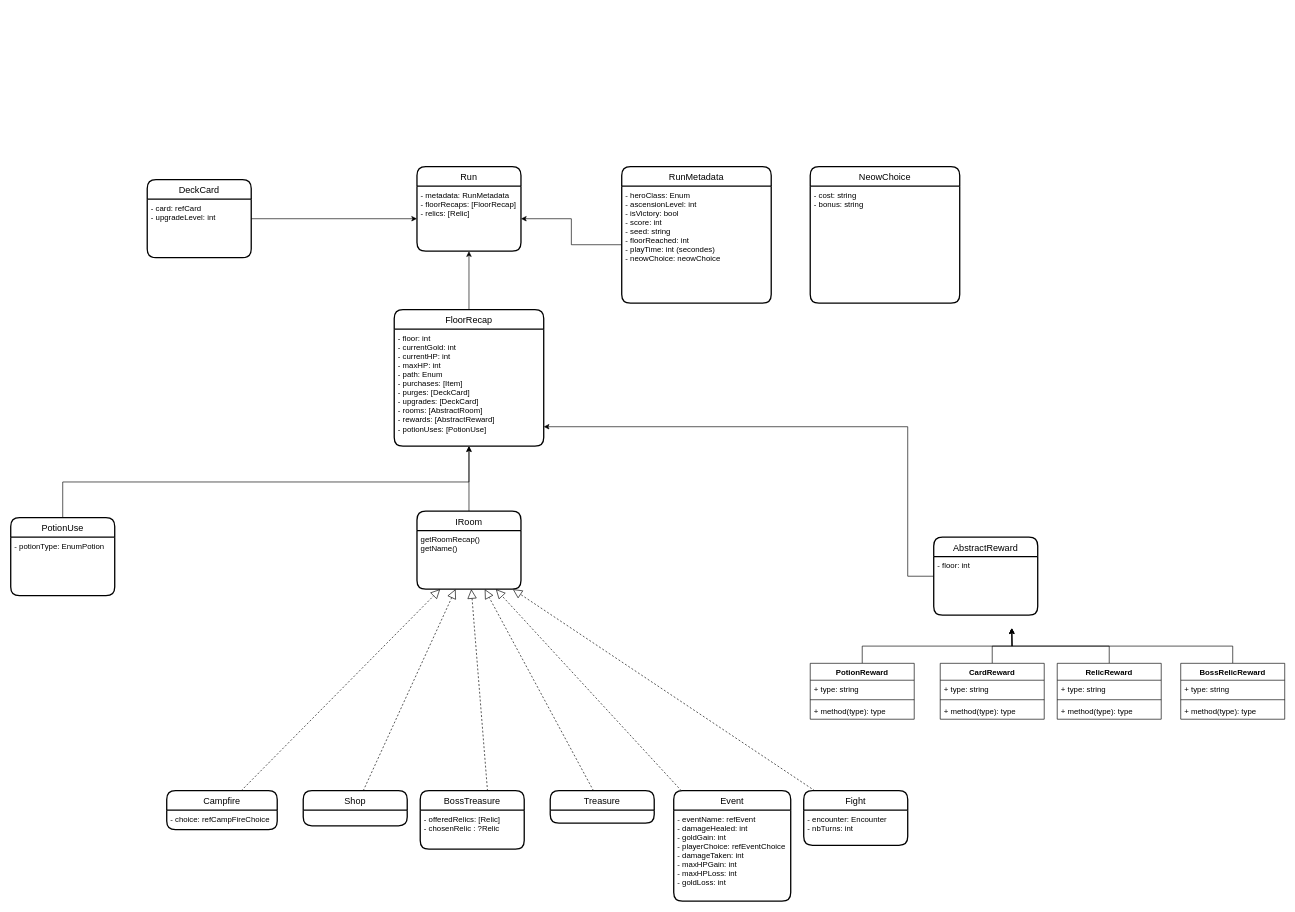
Earlier version of the draw.io diagram page "entities" (1 of 3) of docs/schema_WiP.drawio (SchOlivier/StsAnalytics). Source tidied: cells renumbered, new cells numbered last; positions are measured from the earlier drawing's top-left corner, leaving out a move shared by most shapes. Both pictures are drawn from the tidied source at 65%, with x=0, y=0 at pixel (10, 166).
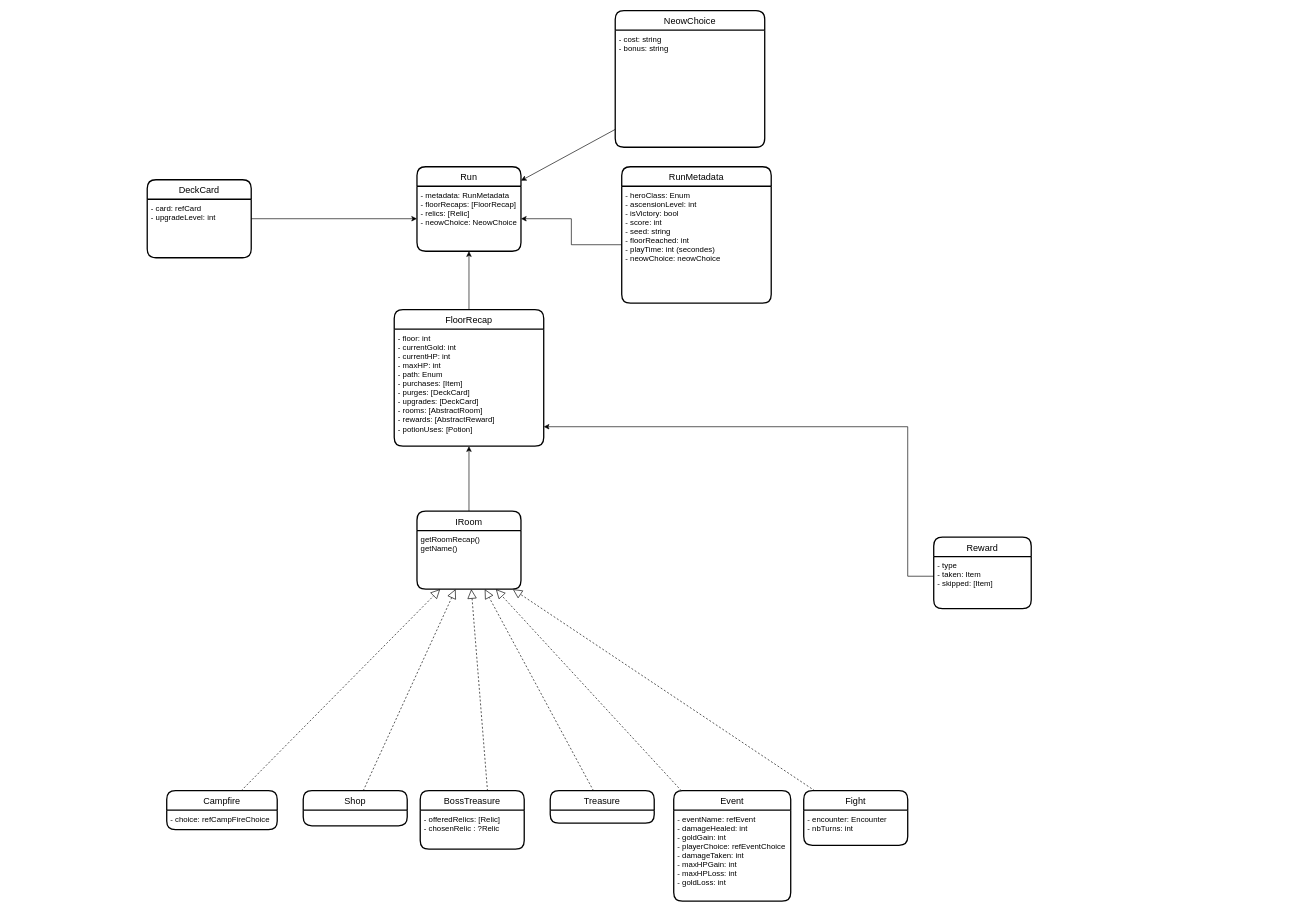
The same diagram, later.

Unchanged cells that the change refers to:
```xml
<mxCell id="22" value="Run" style="swimlane;horizontal=1;startSize=30;rounded=1;fontSize=14;fontStyle=0;strokeWidth=2;shadow=0;dashed=0;align=center;" parent="1" vertex="1">
  <mxGeometry x="625" width="160" height="130" as="geometry" />
</mxCell>
<mxCell id="42" value="FloorRecap" style="swimlane;horizontal=1;startSize=30;rounded=1;fontSize=14;fontStyle=0;strokeWidth=2;shadow=0;dashed=0;align=center;" parent="1" vertex="1">
  <mxGeometry x="590" y="220" width="230" height="210" as="geometry" />
</mxCell>
<mxCell id="51" value="- cost: string&#10;- bonus: string" style="align=left;strokeColor=none;fillColor=none;spacingLeft=4;fontSize=12;verticalAlign=top;" parent="50" vertex="1">
  <mxGeometry y="30" width="230" height="180" as="geometry" />
</mxCell>
```

Change to the diagram source:
```diff
@@
-    <mxCell id="2" style="edgeStyle=orthogonalEdgeStyle;rounded=0;jettySize=auto;html=1;exitX=0.5;exitY=0;exitDx=0;exitDy=0;" parent="1" edge="1" source="3">
-      <mxGeometry relative="1" as="geometry">
-        <mxPoint x="1540" y="710" as="targetPoint" />
-      </mxGeometry>
-    </mxCell>
-    <mxCell id="3" value="PotionReward" style="swimlane;fontStyle=1;align=center;verticalAlign=top;horizontal=1;startSize=26;" parent="1" vertex="1">
-      <mxGeometry x="1230" y="764" width="160" height="86" as="geometry" />
-    </mxCell>
-    <mxCell id="4" value="+ type: string" style="text;strokeColor=none;fillColor=none;align=left;verticalAlign=top;spacingLeft=4;spacingRight=4;overflow=hidden;" parent="3" vertex="1">
-      <mxGeometry y="26" width="160" height="26" as="geometry" />
-    </mxCell>
-    <mxCell id="5" style="line;strokeWidth=1;fillColor=none;align=left;verticalAlign=middle;spacingTop=-1;spacingLeft=3;spacingRight=3;labelPosition=right;strokeColor=inherit;" parent="3" vertex="1">
-      <mxGeometry y="52" width="160" height="8" as="geometry" />
-    </mxCell>
-    <mxCell id="6" value="+ method(type): type" style="text;strokeColor=none;fillColor=none;align=left;verticalAlign=top;spacingLeft=4;spacingRight=4;overflow=hidden;" parent="3" vertex="1">
-      <mxGeometry y="60" width="160" height="26" as="geometry" />
-    </mxCell>
-    <mxCell id="7" style="edgeStyle=orthogonalEdgeStyle;rounded=0;jettySize=auto;html=1;exitX=0.5;exitY=0;exitDx=0;exitDy=0;" parent="1" edge="1" source="8">
-      <mxGeometry relative="1" as="geometry">
-        <mxPoint x="1540" y="710" as="targetPoint" />
-      </mxGeometry>
-    </mxCell>
-    <mxCell id="8" value="CardReward" style="swimlane;fontStyle=1;align=center;verticalAlign=top;horizontal=1;startSize=26;" parent="1" vertex="1">
-      <mxGeometry x="1430" y="764" width="160" height="86" as="geometry" />
-    </mxCell>
-    <mxCell id="9" value="+ type: string" style="text;strokeColor=none;fillColor=none;align=left;verticalAlign=top;spacingLeft=4;spacingRight=4;overflow=hidden;" parent="8" vertex="1">
-      <mxGeometry y="26" width="160" height="26" as="geometry" />
-    </mxCell>
-    <mxCell id="10" style="line;strokeWidth=1;fillColor=none;align=left;verticalAlign=middle;spacingTop=-1;spacingLeft=3;spacingRight=3;labelPosition=right;strokeColor=inherit;" parent="8" vertex="1">
-      <mxGeometry y="52" width="160" height="8" as="geometry" />
-    </mxCell>
-    <mxCell id="11" value="+ method(type): type" style="text;strokeColor=none;fillColor=none;align=left;verticalAlign=top;spacingLeft=4;spacingRight=4;overflow=hidden;" parent="8" vertex="1">
-      <mxGeometry y="60" width="160" height="26" as="geometry" />
-    </mxCell>
-    <mxCell id="12" style="edgeStyle=orthogonalEdgeStyle;rounded=0;jettySize=auto;html=1;exitX=0.5;exitY=0;exitDx=0;exitDy=0;" parent="1" edge="1" source="13">
-      <mxGeometry relative="1" as="geometry">
-        <mxPoint x="1540" y="710" as="targetPoint" />
-      </mxGeometry>
-    </mxCell>
-    <mxCell id="13" value="RelicReward" style="swimlane;fontStyle=1;align=center;verticalAlign=top;horizontal=1;startSize=26;" parent="1" vertex="1">
-      <mxGeometry x="1610" y="764" width="160" height="86" as="geometry" />
-    </mxCell>
-    <mxCell id="14" value="+ type: string" style="text;strokeColor=none;fillColor=none;align=left;verticalAlign=top;spacingLeft=4;spacingRight=4;overflow=hidden;" parent="13" vertex="1">
-      <mxGeometry y="26" width="160" height="26" as="geometry" />
-    </mxCell>
-    <mxCell id="15" style="line;strokeWidth=1;fillColor=none;align=left;verticalAlign=middle;spacingTop=-1;spacingLeft=3;spacingRight=3;labelPosition=right;strokeColor=inherit;" parent="13" vertex="1">
-      <mxGeometry y="52" width="160" height="8" as="geometry" />
-    </mxCell>
-    <mxCell id="16" value="+ method(type): type" style="text;strokeColor=none;fillColor=none;align=left;verticalAlign=top;spacingLeft=4;spacingRight=4;overflow=hidden;" parent="13" vertex="1">
-      <mxGeometry y="60" width="160" height="26" as="geometry" />
-    </mxCell>
-    <mxCell id="17" style="edgeStyle=orthogonalEdgeStyle;rounded=0;jettySize=auto;html=1;exitX=0.5;exitY=0;exitDx=0;exitDy=0;" parent="1" edge="1" source="18">
-      <mxGeometry relative="1" as="geometry">
-        <mxPoint x="1540" y="710" as="targetPoint" />
-      </mxGeometry>
-    </mxCell>
-    <mxCell id="18" value="BossRelicReward" style="swimlane;fontStyle=1;align=center;verticalAlign=top;horizontal=1;startSize=26;" parent="1" vertex="1">
-      <mxGeometry x="1800" y="764" width="160" height="86" as="geometry" />
-    </mxCell>
-    <mxCell id="19" value="+ type: string" style="text;strokeColor=none;fillColor=none;align=left;verticalAlign=top;spacingLeft=4;spacingRight=4;overflow=hidden;" parent="18" vertex="1">
-      <mxGeometry y="26" width="160" height="26" as="geometry" />
-    </mxCell>
-    <mxCell id="20" style="line;strokeWidth=1;fillColor=none;align=left;verticalAlign=middle;spacingTop=-1;spacingLeft=3;spacingRight=3;labelPosition=right;strokeColor=inherit;" parent="18" vertex="1">
-      <mxGeometry y="52" width="160" height="8" as="geometry" />
-    </mxCell>
-    <mxCell id="21" value="+ method(type): type" style="text;strokeColor=none;fillColor=none;align=left;verticalAlign=top;spacingLeft=4;spacingRight=4;overflow=hidden;" parent="18" vertex="1">
-      <mxGeometry y="60" width="160" height="26" as="geometry" />
-    </mxCell>
@@
-    <mxCell id="23" value="- metadata: RunMetadata&#10;- floorRecaps: [FloorRecap]&#10;- relics: [Relic]" style="align=left;strokeColor=none;fillColor=none;spacingLeft=4;fontSize=12;verticalAlign=top;" parent="22" vertex="1">
+    <mxCell id="23" value="- metadata: RunMetadata&#10;- floorRecaps: [FloorRecap]&#10;- relics: [Relic]&#10;- neowChoice: NeowChoice" style="align=left;strokeColor=none;fillColor=none;spacingLeft=4;fontSize=12;verticalAlign=top;" parent="22" vertex="1">
       <mxGeometry y="30" width="160" height="100" as="geometry" />
     </mxCell>
@@
-    <mxCell id="33" style="edgeStyle=orthogonalEdgeStyle;rounded=0;jettySize=auto;html=1;" parent="1" edge="1" source="34" target="43">
+    <mxCell id="33" style="edgeStyle=orthogonalEdgeStyle;rounded=0;jettySize=auto;html=1;" parent="1" edge="1" target="43">
       <mxGeometry relative="1" as="geometry">
+        <mxPoint x="1420" y="630" as="sourcePoint" />
         <Array as="points">
           <mxPoint x="1380" y="630" />
           <mxPoint x="1380" y="400" />
         </Array>
       </mxGeometry>
     </mxCell>
-    <mxCell id="34" value="AbstractReward" style="swimlane;horizontal=1;startSize=30;rounded=1;fontSize=14;fontStyle=0;strokeWidth=2;shadow=0;dashed=0;align=center;" parent="1" vertex="1">
-      <mxGeometry x="1420" y="570" width="160" height="120" as="geometry" />
-    </mxCell>
-    <mxCell id="35" value="- floor: int" style="align=left;strokeColor=none;fillColor=none;spacingLeft=4;fontSize=12;verticalAlign=top;" parent="34" vertex="1">
-      <mxGeometry y="30" width="160" height="90" as="geometry" />
-    </mxCell>
@@
-    <mxCell id="43" value="- floor: int&#10;- currentGold: int&#10;- currentHP: int&#10;- maxHP: int&#10;- path: Enum&#10;- purchases: [Item]&#10;- purges: [DeckCard]&#10;- upgrades: [DeckCard]&#10;- rooms: [AbstractRoom]&#10;- rewards: [AbstractReward]&#10;- potionUses: [PotionUse]" style="align=left;strokeColor=none;fillColor=none;spacingLeft=4;fontSize=12;verticalAlign=top;" parent="42" vertex="1">
+    <mxCell id="43" value="- floor: int&#10;- currentGold: int&#10;- currentHP: int&#10;- maxHP: int&#10;- path: Enum&#10;- purchases: [Item]&#10;- purges: [DeckCard]&#10;- upgrades: [DeckCard]&#10;- rooms: [AbstractRoom]&#10;- rewards: [AbstractReward]&#10;- potionUses: [Potion]" style="align=left;strokeColor=none;fillColor=none;spacingLeft=4;fontSize=12;verticalAlign=top;" parent="42" vertex="1">
       <mxGeometry y="30" width="230" height="180" as="geometry" />
     </mxCell>
@@
-    <mxCell id="47" style="edgeStyle=orthogonalEdgeStyle;rounded=0;jettySize=auto;html=1;exitX=0.5;exitY=0;exitDx=0;exitDy=0;" parent="1" edge="1" source="48" target="42">
-      <mxGeometry relative="1" as="geometry" />
-    </mxCell>
-    <mxCell id="48" value="PotionUse" style="swimlane;horizontal=1;startSize=30;rounded=1;fontSize=14;fontStyle=0;strokeWidth=2;shadow=0;dashed=0;align=center;" parent="1" vertex="1">
-      <mxGeometry y="540" width="160" height="120" as="geometry" />
-    </mxCell>
-    <mxCell id="49" value="- potionType: EnumPotion" style="align=left;strokeColor=none;fillColor=none;spacingLeft=4;fontSize=12;verticalAlign=top;" parent="48" vertex="1">
-      <mxGeometry y="30" width="160" height="90" as="geometry" />
-    </mxCell>
     <mxCell id="50" value="NeowChoice" style="swimlane;horizontal=1;startSize=30;rounded=1;fontSize=14;fontStyle=0;strokeWidth=2;shadow=0;dashed=0;align=center;" parent="1" vertex="1">
-      <mxGeometry x="1230" width="230" height="210" as="geometry" />
+      <mxGeometry x="930" y="-240" width="230" height="210" as="geometry" />
     </mxCell>
@@
+    <mxCell id="60" value="Reward" style="swimlane;horizontal=1;startSize=30;rounded=1;fontSize=14;fontStyle=0;strokeWidth=2;shadow=0;dashed=0;align=center;" parent="1" vertex="1">
+      <mxGeometry x="1420" y="570" width="150" height="110" as="geometry" />
+    </mxCell>
+    <mxCell id="61" value="- type&#10;- taken: Item&#10;- skipped: [Item]" style="align=left;strokeColor=none;fillColor=none;spacingLeft=4;fontSize=12;verticalAlign=top;" parent="60" vertex="1">
+      <mxGeometry y="30" width="150" height="80" as="geometry" />
+    </mxCell>
+    <mxCell id="62" style="edgeStyle=none;html=1;" parent="1" edge="1" source="51" target="22">
+      <mxGeometry relative="1" as="geometry" />
+    </mxCell>
```
